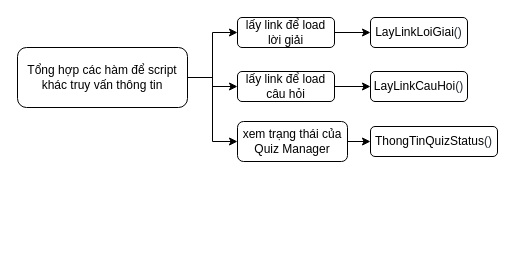
Before: Scripts/GeneralUI/NewQuizManager.drawio in Nhonnguyenchi91/Testing, a draw.io diagram. Source tidied: cells renumbered, new cells numbered last; positions are measured from the earlier drawing's top-left corner, leaving out a move shared by most shapes. Both pictures are drawn from the tidied source at 100%, with x=0, y=0 at pixel (17, 17).
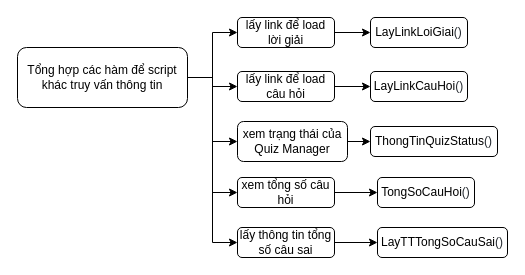
The same diagram, later.

The change refers to these unchanged cells:
```xml
<mxCell id="5" value="Tổng hợp các hàm để script khác truy vấn thông tin" style="rounded=1;whiteSpace=wrap;html=1;" parent="1" vertex="1">
  <mxGeometry y="30" width="170" height="60" as="geometry" />
</mxCell>
```

What changed in the source:
```diff
@@
+    <mxCell id="15" style="edgeStyle=orthogonalEdgeStyle;rounded=0;jettySize=auto;html=1;entryX=0;entryY=0.5;entryDx=0;entryDy=0;" parent="1" edge="1" source="5" target="18">
+      <mxGeometry relative="1" as="geometry" />
+    </mxCell>
+    <mxCell id="16" style="edgeStyle=orthogonalEdgeStyle;rounded=0;jettySize=auto;html=1;entryX=0;entryY=0.5;entryDx=0;entryDy=0;" parent="1" edge="1" source="5" target="21">
+      <mxGeometry relative="1" as="geometry" />
+    </mxCell>
@@
+    <mxCell id="17" style="edgeStyle=orthogonalEdgeStyle;rounded=0;jettySize=auto;html=1;exitX=1;exitY=0.5;exitDx=0;exitDy=0;entryX=0;entryY=0.5;entryDx=0;entryDy=0;" parent="1" edge="1" source="18" target="19">
+      <mxGeometry relative="1" as="geometry" />
+    </mxCell>
+    <mxCell id="18" value="xem tổng số câu hỏi" style="rounded=1;whiteSpace=wrap;html=1;" parent="1" vertex="1">
+      <mxGeometry x="220" y="160" width="97" height="30" as="geometry" />
+    </mxCell>
+    <mxCell id="19" value="&lt;span class=&quot;pl-en&quot; style=&quot;box-sizing: border-box ; font-family: , , &amp;#34;sf mono&amp;#34; , &amp;#34;menlo&amp;#34; , &amp;#34;consolas&amp;#34; , &amp;#34;liberation mono&amp;#34; , monospace ; background-color: rgb(255 , 255 , 255)&quot;&gt;&lt;span class=&quot;pl-token&quot; style=&quot;box-sizing: border-box&quot;&gt;TongSoCauHoi&lt;/span&gt;&lt;/span&gt;&lt;span style=&quot;color: rgb(36 , 41 , 47) ; font-family: , , &amp;#34;sf mono&amp;#34; , &amp;#34;menlo&amp;#34; , &amp;#34;consolas&amp;#34; , &amp;#34;liberation mono&amp;#34; , monospace ; background-color: rgb(255 , 255 , 255)&quot;&gt;()&lt;/span&gt;" style="rounded=1;whiteSpace=wrap;html=1;" parent="1" vertex="1">
+      <mxGeometry x="360" y="160" width="97" height="30" as="geometry" />
+    </mxCell>
+    <mxCell id="20" style="edgeStyle=orthogonalEdgeStyle;rounded=0;jettySize=auto;html=1;exitX=1;exitY=0.5;exitDx=0;exitDy=0;entryX=0;entryY=0.5;entryDx=0;entryDy=0;" parent="1" edge="1" source="21" target="22">
+      <mxGeometry relative="1" as="geometry" />
+    </mxCell>
+    <mxCell id="21" value="lấy thông tin tổng số câu sai" style="rounded=1;whiteSpace=wrap;html=1;" parent="1" vertex="1">
+      <mxGeometry x="220" y="210" width="97" height="30" as="geometry" />
+    </mxCell>
+    <mxCell id="22" value="&lt;span class=&quot;pl-en&quot; style=&quot;box-sizing: border-box ; font-family: , , &amp;#34;sf mono&amp;#34; , &amp;#34;menlo&amp;#34; , &amp;#34;consolas&amp;#34; , &amp;#34;liberation mono&amp;#34; , monospace ; background-color: rgb(255 , 255 , 255)&quot;&gt;&lt;span class=&quot;pl-token&quot; style=&quot;box-sizing: border-box&quot;&gt;LayTTTongSoCauSai&lt;/span&gt;&lt;/span&gt;&lt;span style=&quot;color: rgb(36 , 41 , 47) ; font-family: , , &amp;#34;sf mono&amp;#34; , &amp;#34;menlo&amp;#34; , &amp;#34;consolas&amp;#34; , &amp;#34;liberation mono&amp;#34; , monospace ; background-color: rgb(255 , 255 , 255)&quot;&gt;()&lt;/span&gt;" style="rounded=1;whiteSpace=wrap;html=1;" parent="1" vertex="1">
+      <mxGeometry x="360" y="210" width="130" height="30" as="geometry" />
+    </mxCell>
```
